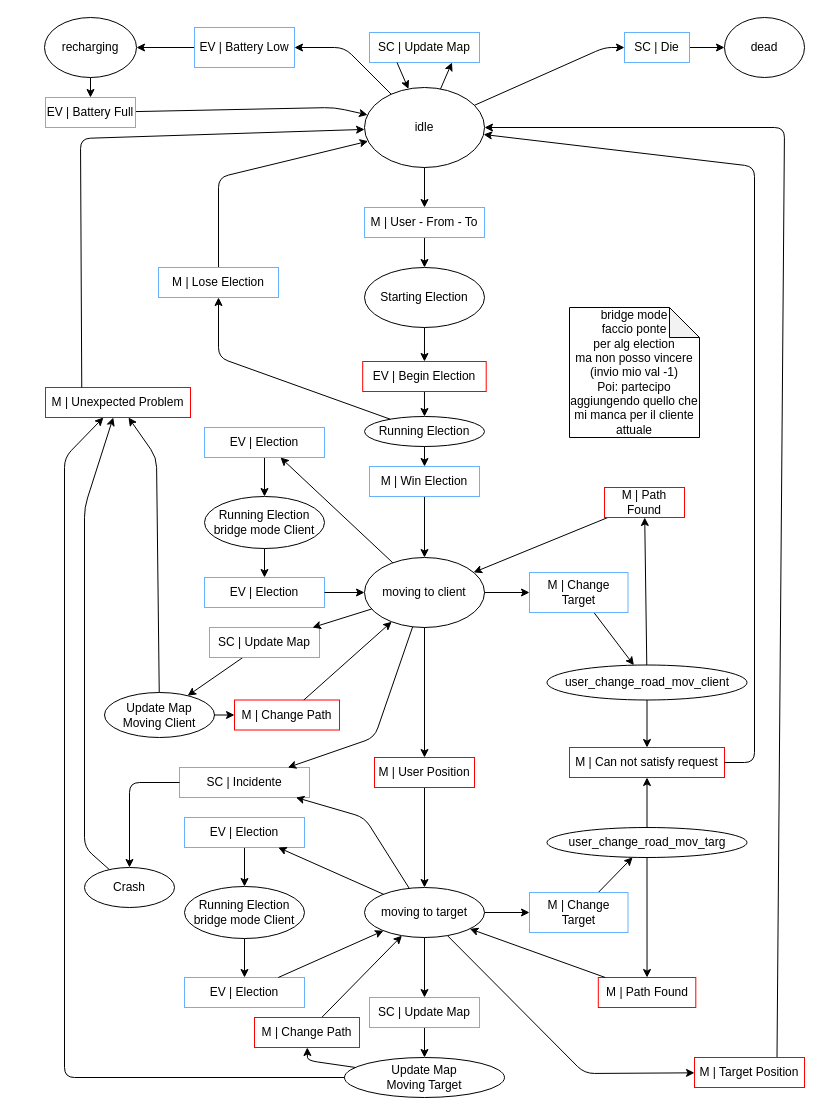
The draw.io diagram relazione/automa macchina.drawio in kraots94/Sistemi, before the edit. Source tidied: cells renumbered, new cells numbered last; positions are measured from the earlier drawing's top-left corner, leaving out a move shared by most shapes. Both pictures are drawn from the tidied source at 100%, with x=0, y=0 at pixel (44, 17).
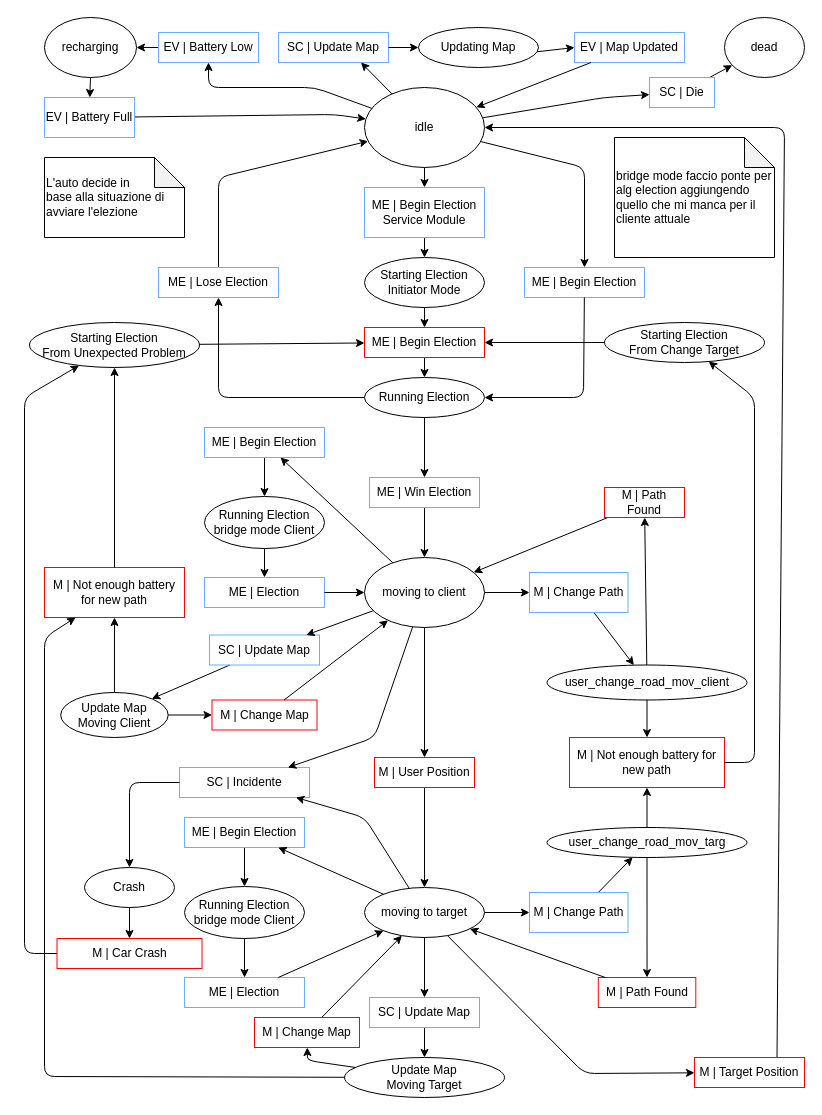
After the change.

Commit message (it also covers changes not shown here):
Relazione | Update Automas

Unchanged cells that the change refers to:
```xml
<mxCell id="2" value="idle" style="ellipse;whiteSpace=wrap;html=1;" parent="1" vertex="1">
  <mxGeometry x="320" y="70" width="120" height="80" as="geometry" />
</mxCell>
<mxCell id="28" value="Update Map&lt;br&gt;Moving Target" style="ellipse;whiteSpace=wrap;html=1;" parent="1" vertex="1">
  <mxGeometry x="300" y="1040" width="160" height="40" as="geometry" />
</mxCell>
<mxCell id="94" value="Crash" style="ellipse;whiteSpace=wrap;html=1;" parent="1" vertex="1">
  <mxGeometry x="40" y="850" width="90" height="40" as="geometry" />
</mxCell>
```

The edit, as a diff of the source:
```diff
@@
     <mxCell id="4" value="SC | Update Map" style="rounded=0;whiteSpace=wrap;html=1;strokeColor=#66B2FF;fillColor=none;" parent="1" vertex="1">
-      <mxGeometry x="325" y="15" width="110" height="30" as="geometry" />
+      <mxGeometry x="234" y="15" width="110" height="30" as="geometry" />
     </mxCell>
-    <mxCell id="5" value="Starting Election" style="ellipse;whiteSpace=wrap;html=1;" parent="1" vertex="1">
-      <mxGeometry x="320" y="250" width="120" height="60" as="geometry" />
+    <mxCell id="5" value="Starting Election&lt;br&gt;Initiator Mode" style="ellipse;whiteSpace=wrap;html=1;" parent="1" vertex="1">
+      <mxGeometry x="320" y="240" width="120" height="50" as="geometry" />
     </mxCell>
@@
-    <mxCell id="8" value="M | User - From - To" style="rounded=0;whiteSpace=wrap;html=1;strokeColor=#66B2FF;fillColor=none;" parent="1" vertex="1">
-      <mxGeometry x="320" y="190" width="120" height="30" as="geometry" />
+    <mxCell id="8" value="ME | Begin Election&lt;br&gt;Service Module" style="rounded=0;whiteSpace=wrap;html=1;strokeColor=#66B2FF;fillColor=none;" parent="1" vertex="1">
+      <mxGeometry x="320" y="170" width="120" height="50" as="geometry" />
     </mxCell>
     <mxCell id="9" value="Running Election" style="ellipse;whiteSpace=wrap;html=1;" parent="1" vertex="1">
-      <mxGeometry x="320" y="399" width="120" height="30" as="geometry" />
+      <mxGeometry x="320" y="360" width="120" height="40" as="geometry" />
     </mxCell>
@@
-    <mxCell id="12" value="EV | Begin Election" style="rounded=0;whiteSpace=wrap;html=1;fillColor=none;strokeColor=#FF0000;" parent="1" vertex="1">
-      <mxGeometry x="318.2" y="344" width="123.5" height="30" as="geometry" />
+    <mxCell id="12" value="ME | Begin Election" style="rounded=0;whiteSpace=wrap;html=1;fillColor=none;strokeColor=#FF0000;" parent="1" vertex="1">
+      <mxGeometry x="320" y="310" width="120" height="30" as="geometry" />
     </mxCell>
@@
     <mxCell id="14" style="endArrow=classic;html=1;" parent="1" edge="1" source="9" target="15">
       <mxGeometry relative="1" as="geometry">
         <Array as="points">
-          <mxPoint x="174" y="340" />
+          <mxPoint x="174" y="380" />
         </Array>
       </mxGeometry>
     </mxCell>
-    <mxCell id="15" value="M | Lose Election" style="rounded=0;whiteSpace=wrap;html=1;strokeColor=#66B2FF;fillColor=none;" parent="1" vertex="1">
+    <mxCell id="15" value="ME&amp;nbsp;| Lose Election" style="rounded=0;whiteSpace=wrap;html=1;strokeColor=#66B2FF;fillColor=none;" parent="1" vertex="1">
       <mxGeometry x="114" y="250" width="120" height="30" as="geometry" />
     </mxCell>
@@
-    <mxCell id="19" value="M | Win Election" style="rounded=0;whiteSpace=wrap;html=1;strokeColor=#66B2FF;fillColor=none;" parent="1" vertex="1">
-      <mxGeometry x="325" y="449" width="110" height="30" as="geometry" />
+    <mxCell id="19" value="ME&amp;nbsp;| Win Election" style="rounded=0;whiteSpace=wrap;html=1;strokeColor=#66B2FF;fillColor=none;" parent="1" vertex="1">
+      <mxGeometry x="325" y="460" width="110" height="30" as="geometry" />
     </mxCell>
@@
     <mxCell id="26" value="Update Map&lt;br&gt;Moving Client" style="ellipse;whiteSpace=wrap;html=1;" parent="1" vertex="1">
-      <mxGeometry x="60" y="675" width="110" height="45" as="geometry" />
+      <mxGeometry x="16.2" y="675" width="107.5" height="45" as="geometry" />
     </mxCell>
@@
-    <mxCell id="31" value="M | Unexpected Problem" style="rounded=0;whiteSpace=wrap;html=1;fillColor=none;strokeColor=#FF0000;" parent="1" vertex="1">
-      <mxGeometry x="1" y="370" width="145" height="30" as="geometry" />
+    <mxCell id="31" value="M | Not enough battery for new path" style="rounded=0;whiteSpace=wrap;html=1;fillColor=none;strokeColor=#FF0000;" parent="1" vertex="1">
+      <mxGeometry y="550" width="140" height="50" as="geometry" />
     </mxCell>
@@
     <mxCell id="33" style="endArrow=classic;html=1;" parent="1" edge="1" source="38" target="2">
       <mxGeometry relative="1" as="geometry">
         <Array as="points">
-          <mxPoint x="290" y="90" />
+          <mxPoint x="290" y="97" />
         </Array>
       </mxGeometry>
     </mxCell>
-    <mxCell id="34" style="endArrow=classic;html=1;" parent="1" edge="1" source="2" target="37">
-      <mxGeometry relative="1" as="geometry">
-        <Array as="points">
-          <mxPoint x="300" y="30" />
-        </Array>
-      </mxGeometry>
-    </mxCell>
@@
     <mxCell id="37" value="EV | Battery Low" style="rounded=0;whiteSpace=wrap;html=1;strokeColor=#66B2FF;fillColor=none;" parent="1" vertex="1">
-      <mxGeometry x="150" y="10" width="100" height="40" as="geometry" />
+      <mxGeometry x="114" y="15" width="100" height="30" as="geometry" />
     </mxCell>
     <mxCell id="38" value="EV | Battery Full" style="rounded=0;whiteSpace=wrap;html=1;strokeColor=#66B2FF;fillColor=none;" parent="1" vertex="1">
-      <mxGeometry x="1" y="80" width="90" height="30" as="geometry" />
+      <mxGeometry y="80" width="90" height="40" as="geometry" />
     </mxCell>
     <mxCell id="39" style="endArrow=classic;html=1;" parent="1" edge="1" source="2" target="41">
       <mxGeometry relative="1" as="geometry">
         <Array as="points">
-          <mxPoint x="560" y="30" />
+          <mxPoint x="560" y="80" />
         </Array>
       </mxGeometry>
     </mxCell>
@@
     <mxCell id="41" value="SC | Die" style="rounded=0;whiteSpace=wrap;html=1;strokeColor=#66B2FF;fillColor=none;" parent="1" vertex="1">
-      <mxGeometry x="580" y="15" width="65" height="30" as="geometry" />
+      <mxGeometry x="605" y="60" width="65" height="30" as="geometry" />
     </mxCell>
@@
-    <mxCell id="45" value="M | Change Path" style="rounded=0;whiteSpace=wrap;html=1;fillColor=none;strokeColor=#FF0000;" parent="1" vertex="1">
-      <mxGeometry x="190" y="682.5" width="105" height="30" as="geometry" />
+    <mxCell id="45" value="M | Change Map" style="rounded=0;whiteSpace=wrap;html=1;fillColor=none;strokeColor=#FF0000;" parent="1" vertex="1">
+      <mxGeometry x="167.5" y="682.5" width="105" height="30" as="geometry" />
     </mxCell>
@@
-    <mxCell id="48" value="EV | Election" style="rounded=0;whiteSpace=wrap;html=1;strokeColor=#66B2FF;fillColor=none;" parent="1" vertex="1">
+    <mxCell id="48" value="ME | Begin Election" style="rounded=0;whiteSpace=wrap;html=1;strokeColor=#66B2FF;fillColor=none;" parent="1" vertex="1">
       <mxGeometry x="160" y="410" width="120" height="30" as="geometry" />
     </mxCell>
-    <mxCell id="49" value="bridge mode&lt;br&gt;faccio ponte&lt;br&gt;per alg election&lt;br&gt;ma non posso vincere (invio mio val -1)&lt;br&gt;Poi: partecipo aggiungendo quello che mi manca per il cliente attuale" style="shape=note;whiteSpace=wrap;html=1;backgroundOutline=1;darkOpacity=0.05;" parent="1" vertex="1">
-      <mxGeometry x="525" y="290" width="130" height="130" as="geometry" />
+    <mxCell id="49" value="bridge mode faccio ponte per alg election aggiungendo quello che mi manca per il cliente attuale" style="shape=note;whiteSpace=wrap;html=1;backgroundOutline=1;darkOpacity=0.05;align=left;" parent="1" vertex="1">
+      <mxGeometry x="570" y="120" width="160" height="120" as="geometry" />
     </mxCell>
@@
-    <mxCell id="54" value="M | Can not satisfy request" style="rounded=0;whiteSpace=wrap;html=1;fillColor=none;strokeColor=#FF0000;" parent="1" vertex="1">
-      <mxGeometry x="525" y="730" width="155" height="30" as="geometry" />
+    <mxCell id="54" value="M | Not enough battery for new path" style="rounded=0;whiteSpace=wrap;html=1;fillColor=none;strokeColor=#FF0000;" parent="1" vertex="1">
+      <mxGeometry x="525" y="720" width="155" height="50" as="geometry" />
     </mxCell>
@@
-    <mxCell id="59" value="M | Change Target" style="rounded=0;whiteSpace=wrap;html=1;strokeColor=#66B2FF;fillColor=none;" parent="1" vertex="1">
+    <mxCell id="59" value="M | Change Path" style="rounded=0;whiteSpace=wrap;html=1;strokeColor=#66B2FF;fillColor=none;" parent="1" vertex="1">
       <mxGeometry x="485" y="555" width="98.5" height="40" as="geometry" />
     </mxCell>
@@
-    <mxCell id="61" value="EV | Election" style="rounded=0;whiteSpace=wrap;html=1;strokeColor=#66B2FF;fillColor=none;" parent="1" vertex="1">
+    <mxCell id="61" value="ME | Election" style="rounded=0;whiteSpace=wrap;html=1;strokeColor=#66B2FF;fillColor=none;" parent="1" vertex="1">
       <mxGeometry x="160" y="560" width="120" height="30" as="geometry" />
     </mxCell>
-    <mxCell id="62" style="endArrow=classic;html=1;exitX=0.25;exitY=1;exitDx=0;exitDy=0;" parent="1" edge="1" source="4" target="2">
+    <mxCell id="62" style="endArrow=classic;html=1;" parent="1" edge="1" source="4" target="99">
       <mxGeometry relative="1" as="geometry" />
     </mxCell>
@@
-    <mxCell id="64" style="endArrow=classic;html=1;exitX=0.25;exitY=0;exitDx=0;exitDy=0;" parent="1" edge="1" source="31" target="2">
-      <mxGeometry relative="1" as="geometry">
-        <Array as="points">
-          <mxPoint x="36" y="121" />
-        </Array>
-      </mxGeometry>
-    </mxCell>
     <mxCell id="65" value="SC | Update Map" style="rounded=0;whiteSpace=wrap;html=1;strokeColor=#66B2FF;fillColor=none;" parent="1" vertex="1">
-      <mxGeometry x="165" y="610" width="110" height="30" as="geometry" />
+      <mxGeometry x="165" y="617.5" width="110" height="30" as="geometry" />
     </mxCell>
@@
-    <mxCell id="70" value="M | Change Path" style="rounded=0;whiteSpace=wrap;html=1;fillColor=none;strokeColor=#FF0000;" parent="1" vertex="1">
+    <mxCell id="70" value="M | Change Map" style="rounded=0;whiteSpace=wrap;html=1;fillColor=none;strokeColor=#FF0000;" parent="1" vertex="1">
       <mxGeometry x="210" y="1000" width="105" height="30" as="geometry" />
     </mxCell>
-    <mxCell id="71" value="M | Change Target" style="rounded=0;whiteSpace=wrap;html=1;strokeColor=#66B2FF;fillColor=none;" parent="1" vertex="1">
+    <mxCell id="71" value="M | Change Path" style="rounded=0;whiteSpace=wrap;html=1;strokeColor=#66B2FF;fillColor=none;" parent="1" vertex="1">
       <mxGeometry x="485" y="875" width="98.5" height="40" as="geometry" />
     </mxCell>
@@
-    <mxCell id="77" value="EV | Election" style="rounded=0;whiteSpace=wrap;html=1;strokeColor=#66B2FF;fillColor=none;" parent="1" vertex="1">
+    <mxCell id="77" value="ME | Begin Election" style="rounded=0;whiteSpace=wrap;html=1;strokeColor=#66B2FF;fillColor=none;" parent="1" vertex="1">
       <mxGeometry x="140" y="800" width="120" height="30" as="geometry" />
     </mxCell>
@@
-    <mxCell id="79" value="EV | Election" style="rounded=0;whiteSpace=wrap;html=1;strokeColor=#66B2FF;fillColor=none;" parent="1" vertex="1">
+    <mxCell id="79" value="ME | Election" style="rounded=0;whiteSpace=wrap;html=1;strokeColor=#66B2FF;fillColor=none;" parent="1" vertex="1">
       <mxGeometry x="140" y="960" width="120" height="30" as="geometry" />
     </mxCell>
@@
-    <mxCell id="88" style="endArrow=classic;html=1;" parent="1" edge="1" source="54" target="2">
+    <mxCell id="88" style="endArrow=classic;html=1;" parent="1" edge="1" source="54" target="110">
       <mxGeometry relative="1" as="geometry">
         <Array as="points">
           <mxPoint x="710" y="745" />
-          <mxPoint x="710" y="149" />
+          <mxPoint x="710" y="380" />
         </Array>
       </mxGeometry>
     </mxCell>
-    <mxCell id="89" style="endArrow=classic;html=1;" parent="1" edge="1" source="26" target="31">
-      <mxGeometry relative="1" as="geometry">
-        <Array as="points">
-          <mxPoint x="112" y="440" />
-        </Array>
-      </mxGeometry>
-    </mxCell>
@@
-    <mxCell id="92" style="endArrow=classic;html=1;" parent="1" edge="1" source="28" target="31">
-      <mxGeometry relative="1" as="geometry">
-        <Array as="points">
-          <mxPoint x="20" y="1060" />
-          <mxPoint x="20" y="440" />
-        </Array>
-      </mxGeometry>
-    </mxCell>
-    <mxCell id="93" style="endArrow=classic;html=1;" parent="1" edge="1" source="94" target="31">
-      <mxGeometry relative="1" as="geometry">
-        <Array as="points">
-          <mxPoint x="40" y="830" />
-          <mxPoint x="40" y="490" />
-        </Array>
-      </mxGeometry>
-    </mxCell>
@@
+    <mxCell id="96" value="ME | Begin Election" style="rounded=0;whiteSpace=wrap;html=1;strokeColor=#66B2FF;fillColor=none;" parent="1" vertex="1">
+      <mxGeometry x="480" y="250" width="120" height="30" as="geometry" />
+    </mxCell>
+    <mxCell id="97" style="endArrow=classic;html=1;" parent="1" edge="1" source="2" target="96">
+      <mxGeometry relative="1" as="geometry">
+        <Array as="points">
+          <mxPoint x="540" y="150" />
+        </Array>
+      </mxGeometry>
+    </mxCell>
+    <mxCell id="98" style="endArrow=classic;html=1;" parent="1" edge="1" source="96" target="9">
+      <mxGeometry relative="1" as="geometry">
+        <Array as="points">
+          <mxPoint x="539" y="380" />
+        </Array>
+      </mxGeometry>
+    </mxCell>
+    <mxCell id="99" value="Updating Map" style="ellipse;whiteSpace=wrap;html=1;" parent="1" vertex="1">
+      <mxGeometry x="374" y="10" width="120" height="40" as="geometry" />
+    </mxCell>
+    <mxCell id="100" value="EV | Map Updated" style="rounded=0;whiteSpace=wrap;html=1;strokeColor=#66B2FF;fillColor=none;" parent="1" vertex="1">
+      <mxGeometry x="530" y="15" width="110" height="30" as="geometry" />
+    </mxCell>
+    <mxCell id="101" style="endArrow=classic;html=1;" parent="1" edge="1" source="100" target="2">
+      <mxGeometry relative="1" as="geometry" />
+    </mxCell>
+    <mxCell id="102" style="endArrow=classic;html=1;" parent="1" edge="1" source="99" target="100">
+      <mxGeometry relative="1" as="geometry" />
+    </mxCell>
+    <mxCell id="34" style="endArrow=classic;html=1;" parent="1" edge="1" source="2" target="37">
+      <mxGeometry relative="1" as="geometry">
+        <Array as="points">
+          <mxPoint x="270" y="70" />
+          <mxPoint x="164" y="70" />
+        </Array>
+      </mxGeometry>
+    </mxCell>
+    <mxCell id="89" style="endArrow=classic;html=1;" parent="1" edge="1" source="26" target="31">
+      <mxGeometry relative="1" as="geometry" />
+    </mxCell>
+    <mxCell id="103" value="Starting Election&lt;br&gt;From Unexpected Problem" style="ellipse;whiteSpace=wrap;html=1;" parent="1" vertex="1">
+      <mxGeometry x="-15" y="305" width="170" height="45" as="geometry" />
+    </mxCell>
+    <mxCell id="104" style="endArrow=classic;html=1;" parent="1" edge="1" source="31" target="103">
+      <mxGeometry relative="1" as="geometry" />
+    </mxCell>
+    <mxCell id="105" style="endArrow=classic;html=1;" parent="1" edge="1" source="103" target="12">
+      <mxGeometry relative="1" as="geometry" />
+    </mxCell>
+    <mxCell id="106" value="&lt;div&gt;&lt;span&gt;L'auto&amp;nbsp;&lt;/span&gt;&lt;span&gt;decide in&amp;nbsp;&lt;/span&gt;&lt;/div&gt;&lt;div&gt;&lt;span&gt;base alla situazione di avviare l'elezione&lt;/span&gt;&lt;/div&gt;" style="shape=note;whiteSpace=wrap;html=1;backgroundOutline=1;darkOpacity=0.05;align=left;" parent="1" vertex="1">
+      <mxGeometry y="140" width="140" height="80" as="geometry" />
+    </mxCell>
+    <mxCell id="107" style="endArrow=classic;html=1;" parent="1" edge="1" source="108" target="103">
+      <mxGeometry relative="1" as="geometry">
+        <Array as="points">
+          <mxPoint x="-20" y="936" />
+          <mxPoint x="-20" y="380" />
+        </Array>
+      </mxGeometry>
+    </mxCell>
+    <mxCell id="108" value="M | Car Crash" style="rounded=0;whiteSpace=wrap;html=1;fillColor=none;strokeColor=#FF0000;" parent="1" vertex="1">
+      <mxGeometry x="12.5" y="921" width="145" height="30" as="geometry" />
+    </mxCell>
+    <mxCell id="109" style="endArrow=classic;html=1;" parent="1" edge="1" source="94" target="108">
+      <mxGeometry relative="1" as="geometry" />
+    </mxCell>
+    <mxCell id="92" style="endArrow=classic;html=1;" parent="1" edge="1" source="28" target="31">
+      <mxGeometry relative="1" as="geometry">
+        <Array as="points">
+          <mxPoint y="1059" />
+          <mxPoint y="620" />
+        </Array>
+      </mxGeometry>
+    </mxCell>
+    <mxCell id="110" value="Starting Election&lt;br&gt;From Change Target" style="ellipse;whiteSpace=wrap;html=1;" parent="1" vertex="1">
+      <mxGeometry x="560" y="305" width="160" height="40" as="geometry" />
+    </mxCell>
+    <mxCell id="111" style="endArrow=classic;html=1;" parent="1" edge="1" source="110" target="12">
+      <mxGeometry relative="1" as="geometry" />
+    </mxCell>
```
